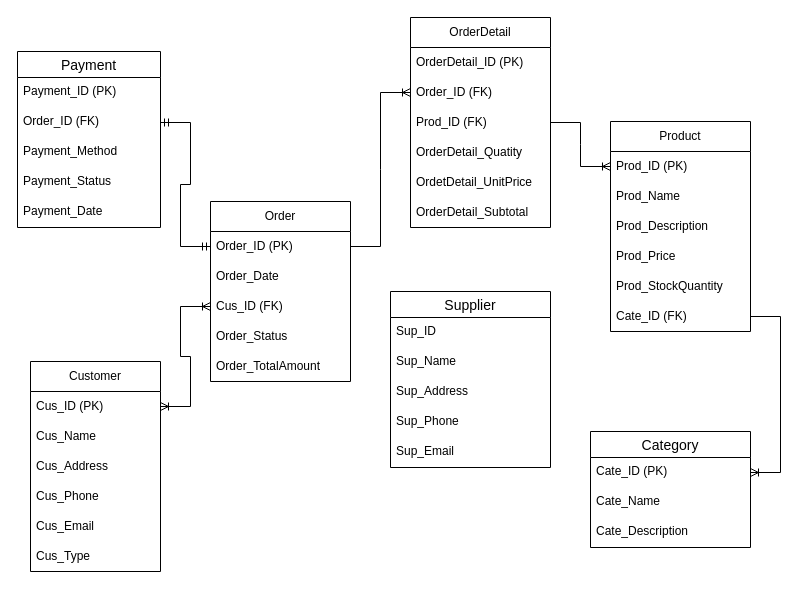
The draw.io diagram Biểu đồ không có tiêu đề.drawio in DuongAnhLeo/Project-1-, before the edit. Source tidied: cells renumbered, new cells numbered last; positions are measured from the earlier drawing's top-left corner, leaving out a move shared by most shapes. Both pictures are drawn from the tidied source at 100%, with x=0, y=0 at pixel (17, 17).
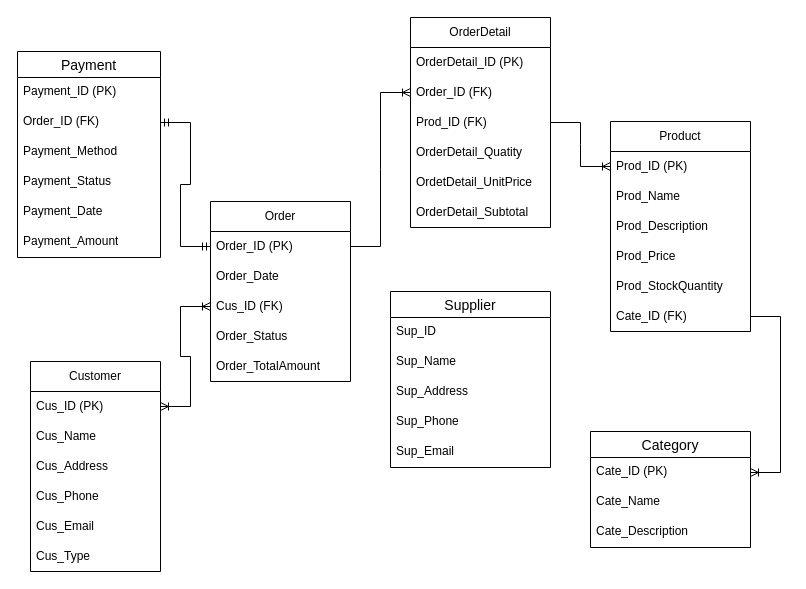
The same diagram, later.

Commit message:
Cập nhật Biểu đồ không có tiêu đề.drawio

Diff of the diagram source:
```diff
@@
     <mxCell id="39" value="Payment" style="swimlane;fontStyle=0;horizontal=1;startSize=26;align=center;fontSize=14;" parent="1" vertex="1">
-      <mxGeometry y="34" width="143" height="176" as="geometry" />
+      <mxGeometry y="34" width="143" height="206" as="geometry" />
     </mxCell>
@@
+    <mxCell id="50" value="Payment_Amount" style="text;strokeColor=none;fillColor=none;spacingLeft=4;spacingRight=4;overflow=hidden;fontSize=12;whiteSpace=wrap;html=1;" parent="39" vertex="1">
+      <mxGeometry y="176" width="143" height="30" as="geometry" />
+    </mxCell>
```
